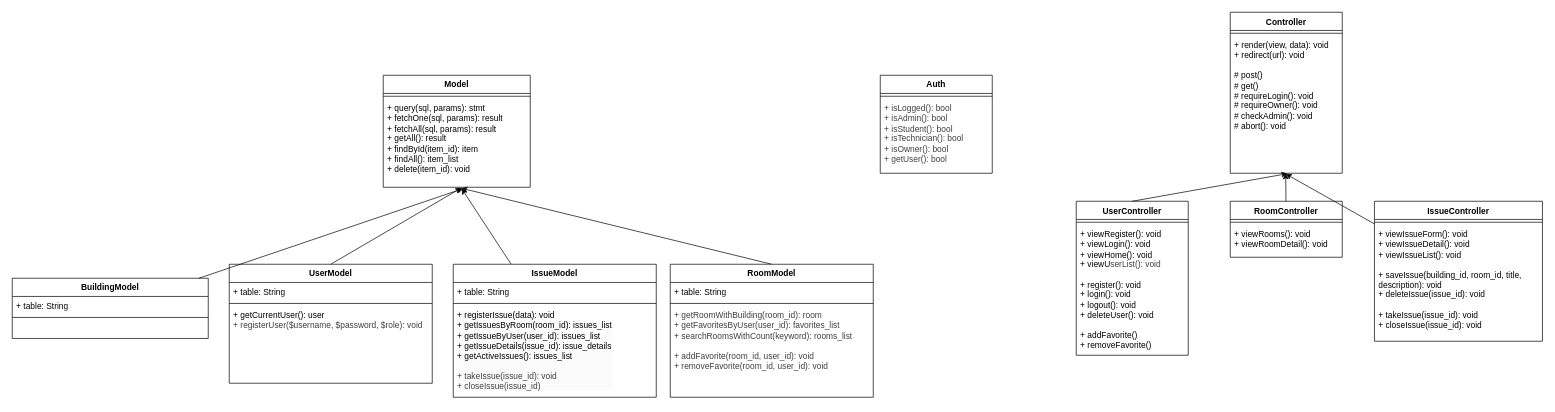
Earlier version of the draw.io diagram docs/Schemi/classi.drawio (LukeSlongo/progetto_tecweb). Source tidied: cells renumbered, new cells numbered last; positions are measured from the earlier drawing's top-left corner, leaving out a move shared by most shapes. Both pictures are drawn from the tidied source at 70%, with x=0, y=0 at pixel (12, 12).
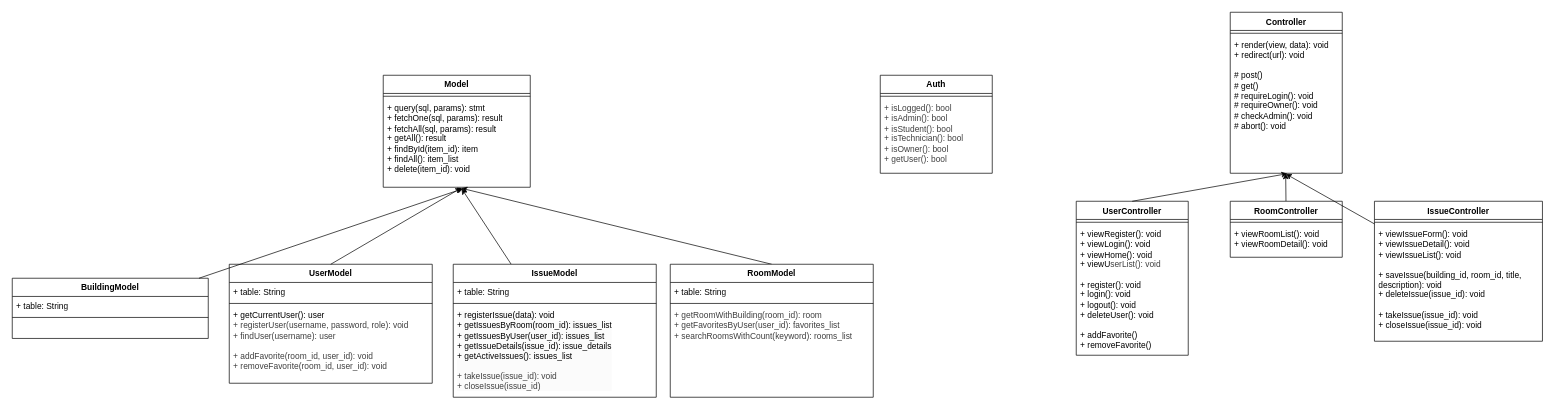
The same page after the edit.

The change refers to these unchanged cells:
```xml
<mxCell id="9" value="RoomController" style="swimlane;fontStyle=1;align=center;verticalAlign=top;horizontal=1;startSize=26;whiteSpace=wrap;html=1;" parent="1" vertex="1">
  <mxGeometry x="1740" y="270" width="160" height="80" as="geometry" />
</mxCell>
<mxCell id="22" value="UserModel" style="swimlane;fontStyle=1;align=center;verticalAlign=top;horizontal=1;startSize=26;whiteSpace=wrap;html=1;" parent="1" vertex="1">
  <mxGeometry x="310" y="360" width="290" height="170" as="geometry" />
</mxCell>
<mxCell id="27" value="IssueModel" style="swimlane;fontStyle=1;align=center;verticalAlign=top;horizontal=1;startSize=26;whiteSpace=wrap;html=1;" parent="1" vertex="1">
  <mxGeometry x="630" y="360" width="290" height="190" as="geometry" />
</mxCell>
<mxCell id="32" value="RoomModel" style="swimlane;fontStyle=1;align=center;verticalAlign=top;horizontal=1;startSize=26;whiteSpace=wrap;html=1;" parent="1" vertex="1">
  <mxGeometry x="940" y="360" width="290" height="190" as="geometry" />
</mxCell>
```

Change to the diagram source:
```diff
@@
-    <mxCell id="11" value="+ viewRooms(): void&lt;div&gt;+ viewRoomDetail(): void&lt;/div&gt;&lt;div&gt;&lt;br&gt;&lt;/div&gt;" style="text;strokeColor=none;fillColor=none;align=left;verticalAlign=top;spacingLeft=4;spacingRight=4;overflow=hidden;whiteSpace=wrap;html=1;" parent="9" vertex="1">
+    <mxCell id="11" value="+ viewRoomList(): void&lt;div&gt;+ viewRoomDetail(): void&lt;/div&gt;&lt;div&gt;&lt;br&gt;&lt;/div&gt;" style="text;strokeColor=none;fillColor=none;align=left;verticalAlign=top;spacingLeft=4;spacingRight=4;overflow=hidden;whiteSpace=wrap;html=1;" parent="9" vertex="1">
       <mxGeometry y="34" width="160" height="46" as="geometry" />
     </mxCell>
@@
-    <mxCell id="25" value="+ getCurrentUser(): user&lt;div style=&quot;color: rgb(63, 63, 63); scrollbar-color: rgb(226, 226, 226) rgb(251, 251, 251);&quot;&gt;+ registerUser($username, $password, $role): void&lt;/div&gt;&lt;div style=&quot;color: rgb(63, 63, 63); scrollbar-color: rgb(226, 226, 226) rgb(251, 251, 251);&quot;&gt;&lt;br&gt;&lt;/div&gt;" style="text;strokeColor=none;fillColor=none;align=left;verticalAlign=top;spacingLeft=4;spacingRight=4;overflow=hidden;whiteSpace=wrap;html=1;" parent="22" vertex="1">
+    <mxCell id="25" value="+ getCurrentUser(): user&lt;div style=&quot;color: rgb(63, 63, 63); scrollbar-color: rgb(226, 226, 226) rgb(251, 251, 251);&quot;&gt;+ registerUser(username, password, role): void&lt;/div&gt;&lt;div style=&quot;color: rgb(63, 63, 63); scrollbar-color: rgb(226, 226, 226) rgb(251, 251, 251);&quot;&gt;+ findUser(username): user&lt;/div&gt;&lt;div style=&quot;color: rgb(63, 63, 63); scrollbar-color: rgb(226, 226, 226) rgb(251, 251, 251);&quot;&gt;&lt;br&gt;&lt;/div&gt;&lt;div style=&quot;color: rgb(63, 63, 63); scrollbar-color: rgb(226, 226, 226) rgb(251, 251, 251);&quot;&gt;&lt;div style=&quot;scrollbar-color: rgb(226, 226, 226) rgb(251, 251, 251); color: rgb(63, 63, 63);&quot;&gt;&lt;span style=&quot;scrollbar-color: rgb(226, 226, 226) rgb(251, 251, 251); background-color: transparent; color: rgb(63, 63, 63);&quot;&gt;+ addFavorite(room_id, user_id): void&lt;/span&gt;&lt;/div&gt;&lt;div style=&quot;scrollbar-color: rgb(226, 226, 226) rgb(251, 251, 251); color: rgb(63, 63, 63);&quot;&gt;+ removeFavorite(room_id, user_id): void&lt;/div&gt;&lt;/div&gt;" style="text;strokeColor=none;fillColor=none;align=left;verticalAlign=top;spacingLeft=4;spacingRight=4;overflow=hidden;whiteSpace=wrap;html=1;" parent="22" vertex="1">
       <mxGeometry y="60" width="290" height="110" as="geometry" />
     </mxCell>
@@
-    <mxCell id="30" value="&lt;span style=&quot;color: rgb(0, 0, 0); font-family: Helvetica; font-size: 12px; font-style: normal; font-variant-ligatures: normal; font-variant-caps: normal; font-weight: 400; letter-spacing: normal; orphans: 2; text-align: left; text-indent: 0px; text-transform: none; widows: 2; word-spacing: 0px; -webkit-text-stroke-width: 0px; white-space: normal; background-color: rgb(251, 251, 251); text-decoration-thickness: initial; text-decoration-style: initial; text-decoration-color: initial; float: none; display: inline !important;&quot;&gt;+ registerIssue(data): void&lt;/span&gt;&lt;div style=&quot;forced-color-adjust: none; color: rgb(63, 63, 63); scrollbar-color: rgb(226, 226, 226) rgb(251, 251, 251); font-family: Helvetica; font-size: 12px; font-style: normal; font-variant-ligatures: normal; font-variant-caps: normal; font-weight: 400; letter-spacing: normal; orphans: 2; text-align: left; text-indent: 0px; text-transform: none; widows: 2; word-spacing: 0px; -webkit-text-stroke-width: 0px; white-space: normal; background-color: rgb(251, 251, 251); text-decoration-thickness: initial; text-decoration-style: initial; text-decoration-color: initial;&quot;&gt;&lt;font style=&quot;forced-color-adjust: none; scrollbar-color: rgb(226, 226, 226) rgb(251, 251, 251);&quot; color=&quot;#000000&quot;&gt;+ getIssuesByRoom(room_id): issues_list&lt;/font&gt;&lt;/div&gt;&lt;div style=&quot;forced-color-adjust: none; color: rgb(63, 63, 63); scrollbar-color: rgb(226, 226, 226) rgb(251, 251, 251); font-family: Helvetica; font-size: 12px; font-style: normal; font-variant-ligatures: normal; font-variant-caps: normal; font-weight: 400; letter-spacing: normal; orphans: 2; text-align: left; text-indent: 0px; text-transform: none; widows: 2; word-spacing: 0px; -webkit-text-stroke-width: 0px; white-space: normal; background-color: rgb(251, 251, 251); text-decoration-thickness: initial; text-decoration-style: initial; text-decoration-color: initial;&quot;&gt;&lt;font style=&quot;forced-color-adjust: none; scrollbar-color: rgb(226, 226, 226) rgb(251, 251, 251);&quot; color=&quot;#000000&quot;&gt;&lt;font style=&quot;forced-color-adjust: none; scrollbar-color: rgb(226, 226, 226) rgb(251, 251, 251);&quot; color=&quot;#000000&quot;&gt;+ getIssueByUser(user_id): issues_list&lt;/font&gt;&lt;/font&gt;&lt;/div&gt;&lt;div style=&quot;forced-color-adjust: none; color: rgb(63, 63, 63); scrollbar-color: rgb(226, 226, 226) rgb(251, 251, 251); font-family: Helvetica; font-size: 12px; font-style: normal; font-variant-ligatures: normal; font-variant-caps: normal; font-weight: 400; letter-spacing: normal; orphans: 2; text-align: left; text-indent: 0px; text-transform: none; widows: 2; word-spacing: 0px; -webkit-text-stroke-width: 0px; white-space: normal; background-color: rgb(251, 251, 251); text-decoration-thickness: initial; text-decoration-style: initial; text-decoration-color: initial;&quot;&gt;&lt;font style=&quot;forced-color-adjust: none; scrollbar-color: rgb(226, 226, 226) rgb(251, 251, 251);&quot; color=&quot;#000000&quot;&gt;&lt;font style=&quot;forced-color-adjust: none; scrollbar-color: rgb(226, 226, 226) rgb(251, 251, 251);&quot; color=&quot;#000000&quot;&gt;&lt;font style=&quot;forced-color-adjust: none; scrollbar-color: rgb(226, 226, 226) rgb(251, 251, 251);&quot; color=&quot;#000000&quot;&gt;+ getIssueDetails(issue_id): issue_details&lt;/font&gt;&lt;/font&gt;&lt;/font&gt;&lt;/div&gt;&lt;div style=&quot;forced-color-adjust: none; scrollbar-color: rgb(226, 226, 226) rgb(251, 251, 251); font-family: Helvetica; font-size: 12px; font-style: normal; font-variant-ligatures: normal; font-variant-caps: normal; font-weight: 400; letter-spacing: normal; orphans: 2; text-align: left; text-indent: 0px; text-transform: none; widows: 2; word-spacing: 0px; -webkit-text-stroke-width: 0px; white-space: normal; background-color: rgb(251, 251, 251); text-decoration-thickness: initial; text-decoration-style: initial; text-decoration-color: initial; color: rgb(63, 63, 63);&quot;&gt;&lt;font style=&quot;forced-color-adjust: none; scrollbar-color: rgb(226, 226, 226) rgb(251, 251, 251);&quot; color=&quot;#000000&quot;&gt;&lt;font style=&quot;forced-color-adjust: none; scrollbar-color: rgb(226, 226, 226) rgb(251, 251, 251);&quot; color=&quot;#000000&quot;&gt;&lt;font style=&quot;forced-color-adjust: none; scrollbar-color: rgb(226, 226, 226) rgb(251, 251, 251);&quot; color=&quot;#000000&quot;&gt;&lt;font color=&quot;#000000&quot;&gt;+ getActiveIssues(): issues_list&lt;br style=&quot;forced-color-adjust: none; scrollbar-color: rgb(226, 226, 226) rgb(251, 251, 251); color: rgb(63, 63, 63);&quot;&gt;&lt;/font&gt;&lt;/font&gt;&lt;/font&gt;&lt;/font&gt;&lt;div style=&quot;color: rgb(63, 63, 63); forced-color-adjust: none; scrollbar-color: rgb(226, 226, 226) rgb(251, 251, 251);&quot;&gt;&lt;br style=&quot;forced-color-adjust: none; color: rgb(63, 63, 63); scrollbar-color: rgb(226, 226, 226) rgb(251, 251, 251);&quot;&gt;&lt;/div&gt;&lt;div style=&quot;color: rgb(63, 63, 63); forced-color-adjust: none; scrollbar-color: rgb(226, 226, 226) rgb(251, 251, 251);&quot;&gt;+ takeIssue(issue_id): void&lt;/div&gt;&lt;div style=&quot;color: rgb(63, 63, 63); forced-color-adjust: none; scrollbar-color: rgb(226, 226, 226) rgb(251, 251, 251);&quot;&gt;+ closeIssue(issue_id)&lt;/div&gt;&lt;/div&gt;" style="text;strokeColor=none;fillColor=none;align=left;verticalAlign=top;spacingLeft=4;spacingRight=4;overflow=hidden;whiteSpace=wrap;html=1;" parent="27" vertex="1">
+    <mxCell id="30" value="&lt;span style=&quot;color: rgb(0, 0, 0); font-family: Helvetica; font-size: 12px; font-style: normal; font-variant-ligatures: normal; font-variant-caps: normal; font-weight: 400; letter-spacing: normal; orphans: 2; text-align: left; text-indent: 0px; text-transform: none; widows: 2; word-spacing: 0px; -webkit-text-stroke-width: 0px; white-space: normal; background-color: rgb(251, 251, 251); text-decoration-thickness: initial; text-decoration-style: initial; text-decoration-color: initial; float: none; display: inline !important;&quot;&gt;+ registerIssue(data): void&lt;/span&gt;&lt;div style=&quot;forced-color-adjust: none; color: rgb(63, 63, 63); scrollbar-color: rgb(226, 226, 226) rgb(251, 251, 251); font-family: Helvetica; font-size: 12px; font-style: normal; font-variant-ligatures: normal; font-variant-caps: normal; font-weight: 400; letter-spacing: normal; orphans: 2; text-align: left; text-indent: 0px; text-transform: none; widows: 2; word-spacing: 0px; -webkit-text-stroke-width: 0px; white-space: normal; background-color: rgb(251, 251, 251); text-decoration-thickness: initial; text-decoration-style: initial; text-decoration-color: initial;&quot;&gt;&lt;font style=&quot;forced-color-adjust: none; scrollbar-color: rgb(226, 226, 226) rgb(251, 251, 251);&quot; color=&quot;#000000&quot;&gt;+ getIssuesByRoom(room_id): issues_list&lt;/font&gt;&lt;/div&gt;&lt;div style=&quot;forced-color-adjust: none; color: rgb(63, 63, 63); scrollbar-color: rgb(226, 226, 226) rgb(251, 251, 251); font-family: Helvetica; font-size: 12px; font-style: normal; font-variant-ligatures: normal; font-variant-caps: normal; font-weight: 400; letter-spacing: normal; orphans: 2; text-align: left; text-indent: 0px; text-transform: none; widows: 2; word-spacing: 0px; -webkit-text-stroke-width: 0px; white-space: normal; background-color: rgb(251, 251, 251); text-decoration-thickness: initial; text-decoration-style: initial; text-decoration-color: initial;&quot;&gt;&lt;font style=&quot;forced-color-adjust: none; scrollbar-color: rgb(226, 226, 226) rgb(251, 251, 251);&quot; color=&quot;#000000&quot;&gt;&lt;font style=&quot;forced-color-adjust: none; scrollbar-color: rgb(226, 226, 226) rgb(251, 251, 251);&quot; color=&quot;#000000&quot;&gt;+ getIssuesByUser(user_id): issues_list&lt;/font&gt;&lt;/font&gt;&lt;/div&gt;&lt;div style=&quot;forced-color-adjust: none; color: rgb(63, 63, 63); scrollbar-color: rgb(226, 226, 226) rgb(251, 251, 251); font-family: Helvetica; font-size: 12px; font-style: normal; font-variant-ligatures: normal; font-variant-caps: normal; font-weight: 400; letter-spacing: normal; orphans: 2; text-align: left; text-indent: 0px; text-transform: none; widows: 2; word-spacing: 0px; -webkit-text-stroke-width: 0px; white-space: normal; background-color: rgb(251, 251, 251); text-decoration-thickness: initial; text-decoration-style: initial; text-decoration-color: initial;&quot;&gt;&lt;font style=&quot;forced-color-adjust: none; scrollbar-color: rgb(226, 226, 226) rgb(251, 251, 251);&quot; color=&quot;#000000&quot;&gt;&lt;font style=&quot;forced-color-adjust: none; scrollbar-color: rgb(226, 226, 226) rgb(251, 251, 251);&quot; color=&quot;#000000&quot;&gt;&lt;font style=&quot;forced-color-adjust: none; scrollbar-color: rgb(226, 226, 226) rgb(251, 251, 251);&quot; color=&quot;#000000&quot;&gt;+ getIssueDetails(issue_id): issue_details&lt;/font&gt;&lt;/font&gt;&lt;/font&gt;&lt;/div&gt;&lt;div style=&quot;forced-color-adjust: none; scrollbar-color: rgb(226, 226, 226) rgb(251, 251, 251); font-family: Helvetica; font-size: 12px; font-style: normal; font-variant-ligatures: normal; font-variant-caps: normal; font-weight: 400; letter-spacing: normal; orphans: 2; text-align: left; text-indent: 0px; text-transform: none; widows: 2; word-spacing: 0px; -webkit-text-stroke-width: 0px; white-space: normal; background-color: rgb(251, 251, 251); text-decoration-thickness: initial; text-decoration-style: initial; text-decoration-color: initial; color: rgb(63, 63, 63);&quot;&gt;&lt;font style=&quot;forced-color-adjust: none; scrollbar-color: rgb(226, 226, 226) rgb(251, 251, 251);&quot; color=&quot;#000000&quot;&gt;&lt;font style=&quot;forced-color-adjust: none; scrollbar-color: rgb(226, 226, 226) rgb(251, 251, 251);&quot; color=&quot;#000000&quot;&gt;&lt;font style=&quot;forced-color-adjust: none; scrollbar-color: rgb(226, 226, 226) rgb(251, 251, 251);&quot; color=&quot;#000000&quot;&gt;&lt;font color=&quot;#000000&quot;&gt;+ getActiveIssues(): issues_list&lt;br style=&quot;forced-color-adjust: none; scrollbar-color: rgb(226, 226, 226) rgb(251, 251, 251); color: rgb(63, 63, 63);&quot;&gt;&lt;/font&gt;&lt;/font&gt;&lt;/font&gt;&lt;/font&gt;&lt;div style=&quot;color: rgb(63, 63, 63); forced-color-adjust: none; scrollbar-color: rgb(226, 226, 226) rgb(251, 251, 251);&quot;&gt;&lt;br style=&quot;forced-color-adjust: none; color: rgb(63, 63, 63); scrollbar-color: rgb(226, 226, 226) rgb(251, 251, 251);&quot;&gt;&lt;/div&gt;&lt;div style=&quot;color: rgb(63, 63, 63); forced-color-adjust: none; scrollbar-color: rgb(226, 226, 226) rgb(251, 251, 251);&quot;&gt;+ takeIssue(issue_id): void&lt;/div&gt;&lt;div style=&quot;color: rgb(63, 63, 63); forced-color-adjust: none; scrollbar-color: rgb(226, 226, 226) rgb(251, 251, 251);&quot;&gt;+ closeIssue(issue_id)&lt;/div&gt;&lt;/div&gt;" style="text;strokeColor=none;fillColor=none;align=left;verticalAlign=top;spacingLeft=4;spacingRight=4;overflow=hidden;whiteSpace=wrap;html=1;" parent="27" vertex="1">
       <mxGeometry y="60" width="290" height="130" as="geometry" />
     </mxCell>
@@
-    <mxCell id="35" value="&lt;div style=&quot;color: rgb(63, 63, 63); scrollbar-color: rgb(226, 226, 226) rgb(251, 251, 251);&quot;&gt;+ getRoomWithBuilding(room_id): room&lt;/div&gt;&lt;div style=&quot;color: rgb(63, 63, 63); scrollbar-color: rgb(226, 226, 226) rgb(251, 251, 251);&quot;&gt;+ getFavoritesByUser(user_id): favorites_list&lt;/div&gt;&lt;div style=&quot;color: rgb(63, 63, 63); scrollbar-color: rgb(226, 226, 226) rgb(251, 251, 251);&quot;&gt;+ searchRoomsWithCount(keyword): rooms_list&lt;/div&gt;&lt;div style=&quot;color: rgb(63, 63, 63); scrollbar-color: rgb(226, 226, 226) rgb(251, 251, 251);&quot;&gt;&lt;span style=&quot;scrollbar-color: rgb(226, 226, 226) rgb(251, 251, 251); background-color: transparent; color: rgb(63, 63, 63);&quot;&gt;&lt;br style=&quot;color: rgb(63, 63, 63); scrollbar-color: rgb(226, 226, 226) rgb(251, 251, 251);&quot;&gt;&lt;/span&gt;&lt;/div&gt;&lt;div style=&quot;color: rgb(63, 63, 63); scrollbar-color: rgb(226, 226, 226) rgb(251, 251, 251);&quot;&gt;&lt;span style=&quot;scrollbar-color: rgb(226, 226, 226) rgb(251, 251, 251); background-color: transparent; color: rgb(63, 63, 63);&quot;&gt;+ addFavorite(room_id, user_id): void&lt;/span&gt;&lt;/div&gt;&lt;div style=&quot;color: rgb(63, 63, 63); scrollbar-color: rgb(226, 226, 226) rgb(251, 251, 251);&quot;&gt;+ removeFavorite(room_id, user_id): void&lt;/div&gt;" style="text;strokeColor=none;fillColor=none;align=left;verticalAlign=top;spacingLeft=4;spacingRight=4;overflow=hidden;whiteSpace=wrap;html=1;" parent="32" vertex="1">
+    <mxCell id="35" value="&lt;div style=&quot;color: rgb(63, 63, 63); scrollbar-color: rgb(226, 226, 226) rgb(251, 251, 251);&quot;&gt;+ getRoomWithBuilding(room_id): room&lt;/div&gt;&lt;div style=&quot;color: rgb(63, 63, 63); scrollbar-color: rgb(226, 226, 226) rgb(251, 251, 251);&quot;&gt;+ getFavoritesByUser(user_id): favorites_list&lt;/div&gt;&lt;div style=&quot;color: rgb(63, 63, 63); scrollbar-color: rgb(226, 226, 226) rgb(251, 251, 251);&quot;&gt;+ searchRoomsWithCount(keyword): rooms_list&lt;/div&gt;&lt;div style=&quot;color: rgb(63, 63, 63); scrollbar-color: rgb(226, 226, 226) rgb(251, 251, 251);&quot;&gt;&lt;br&gt;&lt;/div&gt;" style="text;strokeColor=none;fillColor=none;align=left;verticalAlign=top;spacingLeft=4;spacingRight=4;overflow=hidden;whiteSpace=wrap;html=1;" parent="32" vertex="1">
       <mxGeometry y="60" width="290" height="130" as="geometry" />
     </mxCell>
```
